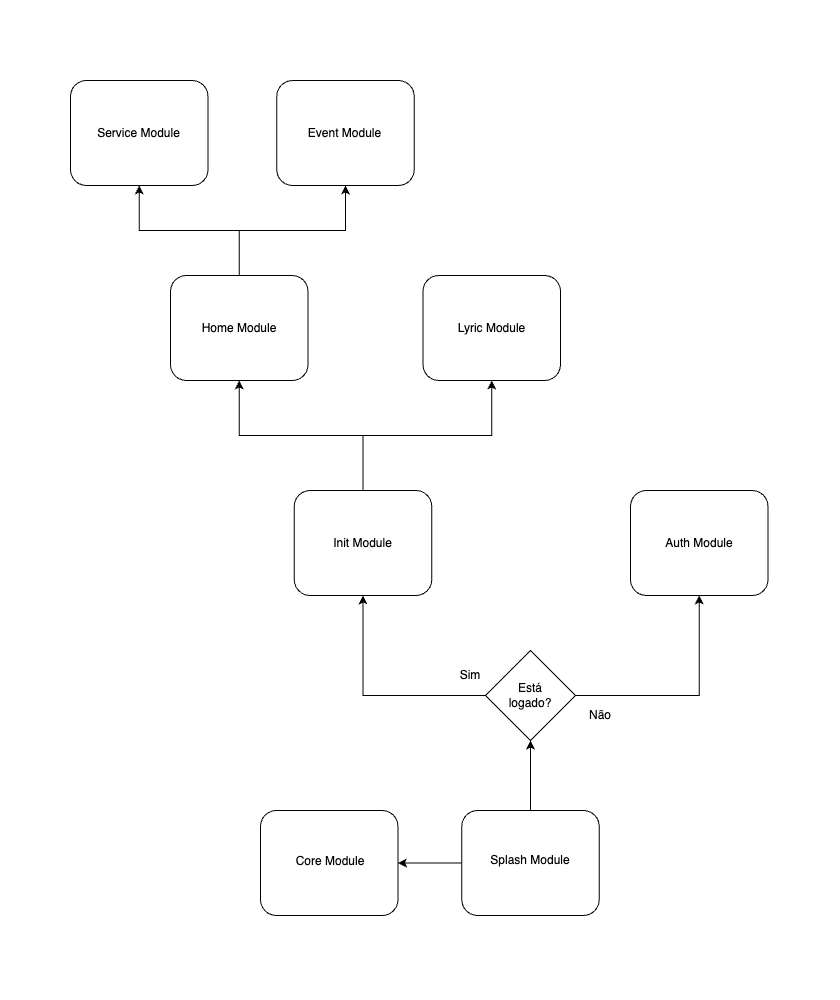
The draw.io diagram docs/fluxograma_roteamento.png in victor-lustosa/ipbc-palmas-flutter, before a commit. Source tidied: cells renumbered, new cells last; positions are measured from the earlier drawing's top-left corner, leaving out a move shared by most shapes.
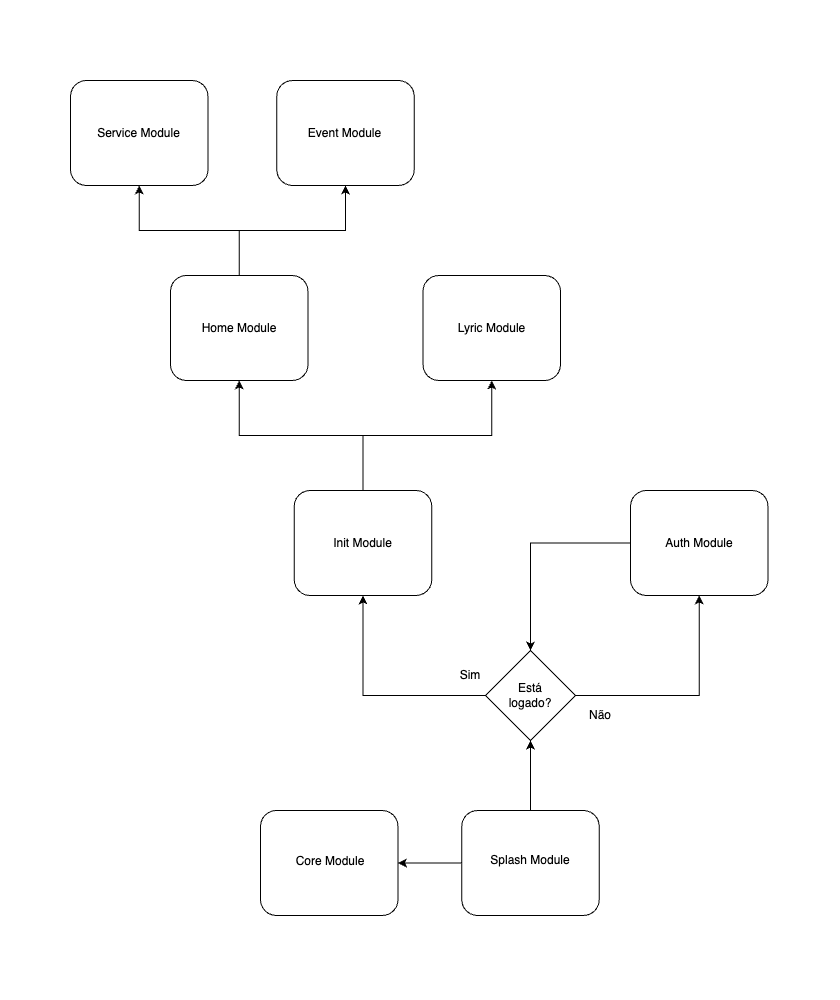
After the commit.

The edit, as a diff of the source:
```diff
@@ -50,6 +50,9 @@
     <mxCell id="17" value="Init Module" style="text;html=1;align=center;verticalAlign=middle;whiteSpace=wrap;rounded=0;" parent="1" vertex="1">
       <mxGeometry x="311.2" y="533.8" width="102.5" height="17.5" as="geometry" />
     </mxCell>
+    <mxCell id="31" style="edgeStyle=orthogonalEdgeStyle;rounded=0;jettySize=auto;html=1;" parent="1" edge="1" source="18" target="11">
+      <mxGeometry relative="1" as="geometry" />
+    </mxCell>
     <mxCell id="18" style="rounded=1;whiteSpace=wrap;html=1;" parent="1" vertex="1">
       <mxGeometry x="630" y="490" width="137.5" height="105" as="geometry" />
     </mxCell>
```
